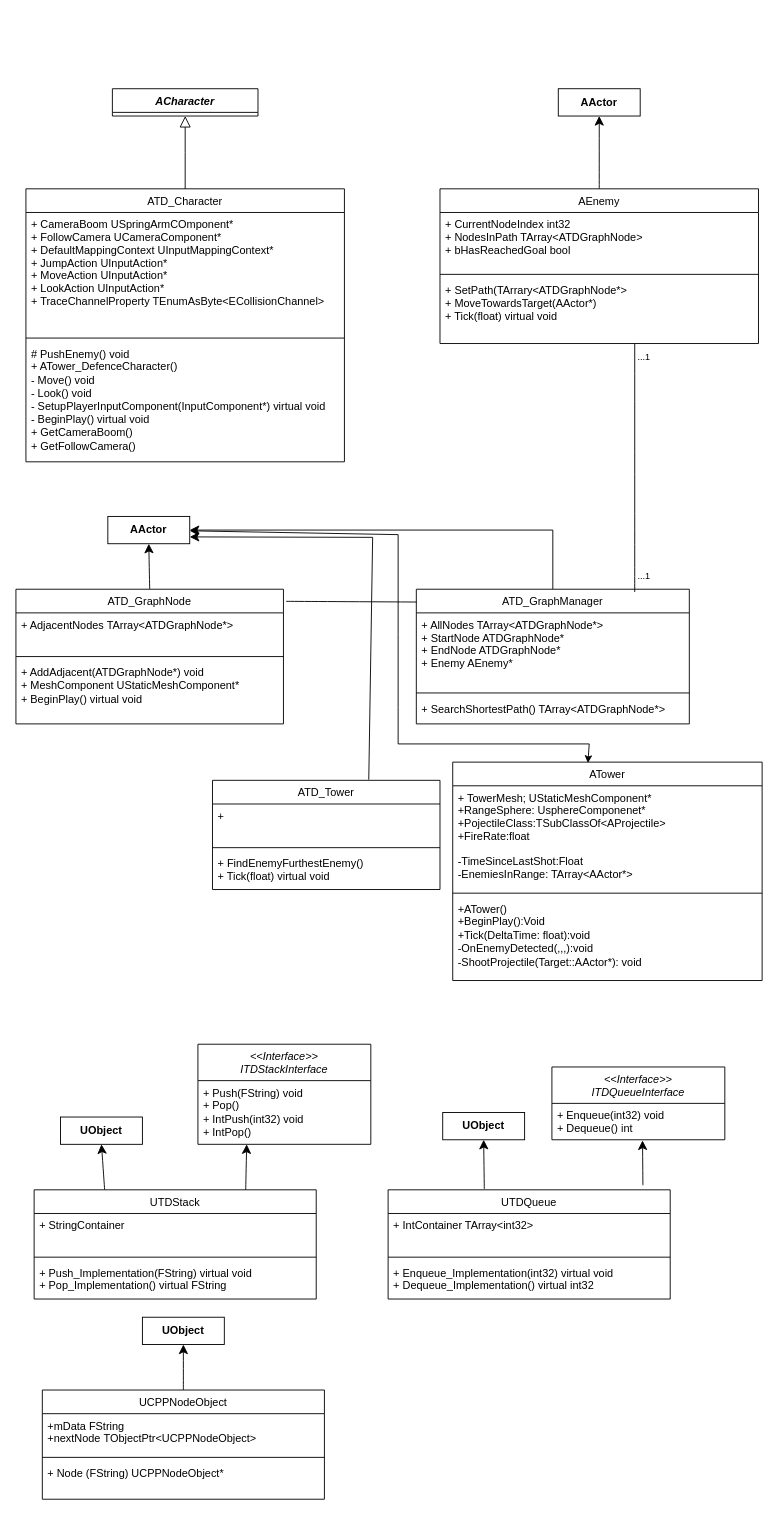
Above: TowerDefense_UML11.drawio in Viiktorh/Tower_Defense (draw.io), before the change. Source tidied: cells renumbered, new cells numbered last; positions are measured from the earlier drawing's top-left corner, leaving out a move shared by most shapes. Both pictures are drawn from the tidied source at 91%, with x=0, y=0 at pixel (15, 88).
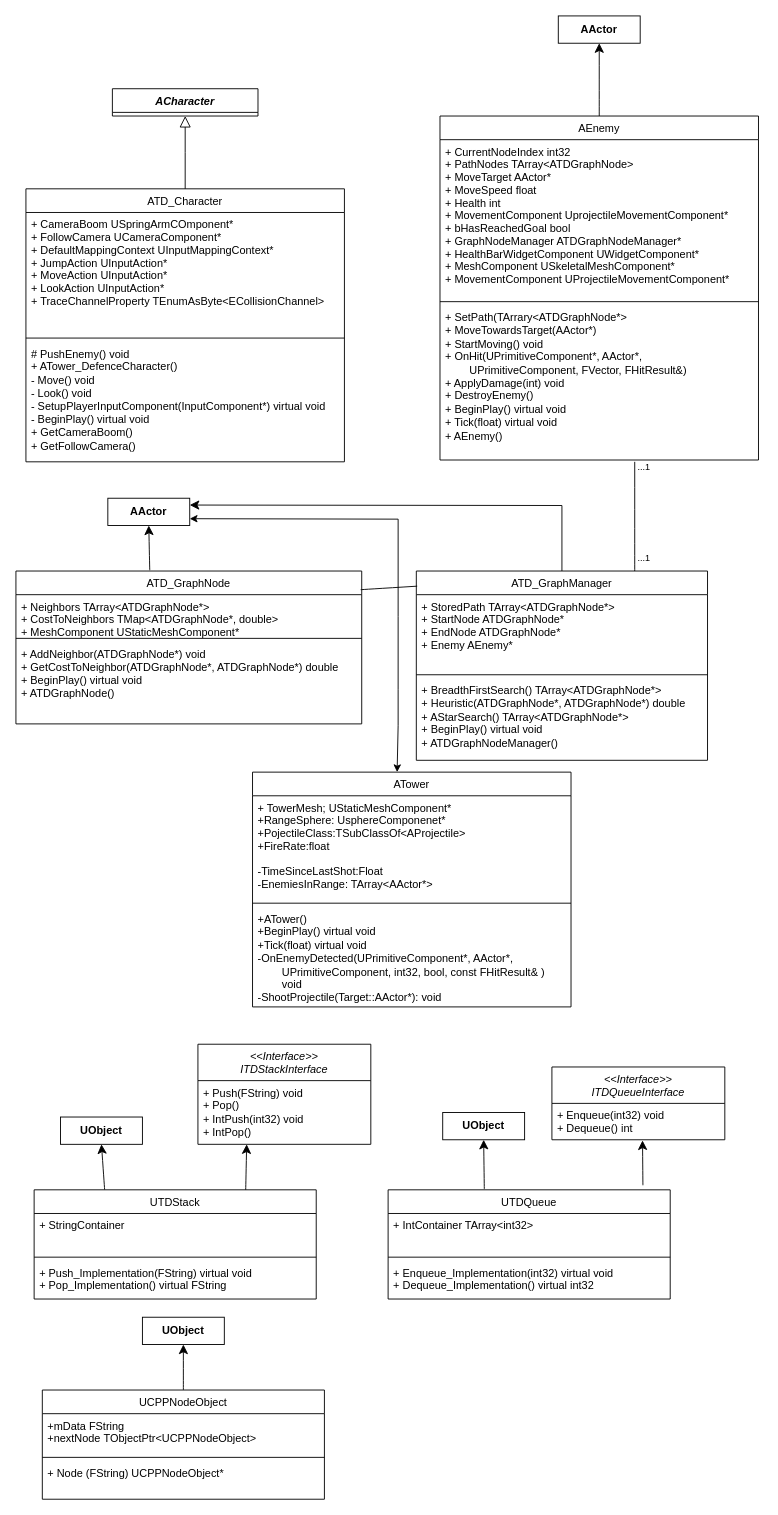
After the change.

What changed in the source:
```diff
@@
     <mxCell id="9" value="AEnemy" style="swimlane;fontStyle=0;align=center;verticalAlign=top;horizontal=1;startSize=26;rounded=0;shadow=0;strokeWidth=1;" parent="1" vertex="1">
-      <mxGeometry x="466" y="110" width="350" height="170" as="geometry" />
+      <mxGeometry x="466" y="30" width="350" height="378" as="geometry" />
     </mxCell>
-    <mxCell id="10" value="+ CurrentNodeIndex int32&#10;+ NodesInPath TArray&lt;ATDGraphNode&gt;&#10;+ bHasReachedGoal bool" style="text;align=left;verticalAlign=top;spacingLeft=4;spacingRight=4;overflow=hidden;" parent="9" vertex="1">
-      <mxGeometry y="26" width="350" height="64" as="geometry" />
+    <mxCell id="10" value="+ CurrentNodeIndex int32&#10;+ PathNodes TArray&lt;ATDGraphNode&gt;&#10;+ MoveTarget AActor*&#10;+ MoveSpeed float&#10;+ Health int&#10;+ MovementComponent UprojectileMovementComponent*&#10;+ bHasReachedGoal bool&#10;+ GraphNodeManager ATDGraphNodeManager* &#10;+ HealthBarWidgetComponent UWidgetComponent*&#10;+ MeshComponent USkeletalMeshComponent*&#10;+ MovementComponent UProjectileMovementComponent*" style="text;align=left;verticalAlign=top;spacingLeft=4;spacingRight=4;overflow=hidden;" parent="9" vertex="1">
+      <mxGeometry y="26" width="350" height="174" as="geometry" />
     </mxCell>
     <mxCell id="11" style="line;html=1;strokeWidth=1;align=left;verticalAlign=middle;spacingTop=-1;spacingLeft=3;spacingRight=3;labelPosition=right;" parent="9" vertex="1">
-      <mxGeometry y="90" width="350" height="8" as="geometry" />
+      <mxGeometry y="200" width="350" height="8" as="geometry" />
     </mxCell>
-    <mxCell id="12" value="&lt;div&gt;+ SetPath(TArrary&amp;lt;ATDGraphNode*&amp;gt;&lt;/div&gt;&lt;div&gt;+ MoveTowardsTarget(AActor*)&lt;/div&gt;&lt;div&gt;+ Tick(float) virtual void&lt;/div&gt;" style="text;html=1;align=left;verticalAlign=top;strokeColor=none;fillColor=none;fontSize=12;spacingLeft=4;spacingRight=4;" parent="9" vertex="1">
-      <mxGeometry y="98" width="350" height="60" as="geometry" />
+    <mxCell id="12" value="&lt;div&gt;+ SetPath(TArrary&amp;lt;ATDGraphNode*&amp;gt;&lt;/div&gt;&lt;div&gt;+ MoveTowardsTarget(AActor*)&lt;/div&gt;&lt;div&gt;+ StartMoving() void&lt;/div&gt;&lt;div&gt;+ OnHit(UPrimitiveComponent*, AActor*,&amp;nbsp;&lt;/div&gt;&lt;div&gt;&lt;span style=&quot;white-space: pre;&quot;&gt;&#9;&lt;/span&gt;UPrimitiveComponent, FVector, FHitResult&amp;amp;)&lt;/div&gt;&lt;div&gt;+ ApplyDamage(int) void&lt;/div&gt;&lt;div&gt;+ DestroyEnemy()&lt;/div&gt;&lt;div&gt;+ BeginPlay() virtual void&lt;/div&gt;&lt;div&gt;+ Tick(float) virtual void&lt;/div&gt;&lt;div&gt;+ AEnemy()&lt;/div&gt;" style="text;html=1;align=left;verticalAlign=top;strokeColor=none;fillColor=none;fontSize=12;spacingLeft=4;spacingRight=4;" parent="9" vertex="1">
+      <mxGeometry y="208" width="350" height="160" as="geometry" />
     </mxCell>
     <mxCell id="13" value="&lt;b&gt;AActor&lt;/b&gt;" style="rounded=0;whiteSpace=wrap;html=1;" parent="1" vertex="1">
-      <mxGeometry x="596" width="90" height="30" as="geometry" />
+      <mxGeometry x="596" y="-80" width="90" height="30" as="geometry" />
     </mxCell>
@@
-    <mxCell id="38" style="edgeStyle=none;curved=1;rounded=0;jettySize=auto;html=1;exitX=0.5;exitY=0;exitDx=0;exitDy=0;entryX=0.5;entryY=1;entryDx=0;entryDy=0;fontSize=12;startSize=8;endSize=8;" parent="1" edge="1" source="39" target="43">
-      <mxGeometry relative="1" as="geometry" />
+    <mxCell id="38" style="edgeStyle=none;curved=1;rounded=0;jettySize=auto;html=1;exitX=0.387;exitY=-0.005;exitDx=0;exitDy=0;fontSize=12;startSize=8;endSize=8;exitPerimeter=0;" parent="1" edge="1" source="39">
+      <mxGeometry relative="1" as="geometry">
+        <mxPoint x="146" y="480" as="targetPoint" />
+      </mxGeometry>
     </mxCell>
     <mxCell id="39" value="ATD_GraphNode" style="swimlane;fontStyle=0;align=center;verticalAlign=top;horizontal=1;startSize=26;rounded=0;shadow=0;strokeWidth=1;" parent="1" vertex="1">
-      <mxGeometry y="550" width="294" height="148" as="geometry" />
+      <mxGeometry y="530" width="380" height="168" as="geometry" />
     </mxCell>
-    <mxCell id="40" value="+ AdjacentNodes TArray&lt;ATDGraphNode*&gt;&#10;&#10;" style="text;align=left;verticalAlign=top;spacingLeft=4;spacingRight=4;overflow=hidden;" parent="39" vertex="1">
-      <mxGeometry y="26" width="294" height="44" as="geometry" />
+    <mxCell id="40" value="+ Neighbors TArray&lt;ATDGraphNode*&gt;&#10;+ CostToNeighbors TMap&lt;ATDGraphNode*, double&gt;&#10;+ MeshComponent UStaticMeshComponent*&#10;&#10;" style="text;align=left;verticalAlign=top;spacingLeft=4;spacingRight=4;overflow=hidden;" parent="39" vertex="1">
+      <mxGeometry y="26" width="380" height="44" as="geometry" />
     </mxCell>
     <mxCell id="41" style="line;html=1;strokeWidth=1;align=left;verticalAlign=middle;spacingTop=-1;spacingLeft=3;spacingRight=3;labelPosition=right;" parent="39" vertex="1">
-      <mxGeometry y="70" width="294" height="8" as="geometry" />
+      <mxGeometry y="70" width="380" height="8" as="geometry" />
     </mxCell>
-    <mxCell id="42" value="+ AddAdjacent(ATDGraphNode*) void&lt;div&gt;+ MeshComponent UStaticMeshComponent*&amp;nbsp;&lt;/div&gt;&lt;div&gt;+ BeginPlay() virtual void&amp;nbsp;&lt;/div&gt;&lt;div&gt;&lt;br&gt;&lt;/div&gt;" style="text;html=1;align=left;verticalAlign=top;strokeColor=none;fillColor=none;fontSize=12;spacingLeft=4;spacingRight=4;" parent="39" vertex="1">
-      <mxGeometry y="78" width="294" height="70" as="geometry" />
+    <mxCell id="42" value="+ AddNeighbor(ATDGraphNode*) void&lt;div&gt;+ GetCostToNeighbor(ATDGraphNode*, ATDGraphNode*) double&lt;br&gt;&lt;div&gt;+ BeginPlay() virtual void&lt;/div&gt;&lt;div&gt;+ ATDGraphNode()&amp;nbsp;&lt;/div&gt;&lt;div&gt;&lt;br&gt;&lt;/div&gt;&lt;/div&gt;" style="text;html=1;align=left;verticalAlign=top;strokeColor=none;fillColor=none;fontSize=12;spacingLeft=4;spacingRight=4;" parent="39" vertex="1">
+      <mxGeometry y="78" width="380" height="90" as="geometry" />
     </mxCell>
     <mxCell id="43" value="&lt;b&gt;AActor&lt;/b&gt;" style="rounded=0;whiteSpace=wrap;html=1;" parent="1" vertex="1">
-      <mxGeometry x="101" y="470" width="90" height="30" as="geometry" />
+      <mxGeometry x="101" y="450" width="90" height="30" as="geometry" />
     </mxCell>
     <mxCell id="44" style="edgeStyle=none;curved=0;rounded=0;jettySize=auto;html=1;exitX=0.5;exitY=0;exitDx=0;exitDy=0;entryX=1;entryY=0.5;entryDx=0;entryDy=0;fontSize=12;startSize=8;endSize=8;strokeColor=none;" parent="1" edge="1" source="46" target="43">
       <mxGeometry relative="1" as="geometry">
         <Array as="points">
-          <mxPoint x="520" y="680" />
-          <mxPoint x="477" y="485" />
+          <mxPoint x="520" y="660" />
+          <mxPoint x="477" y="465" />
         </Array>
       </mxGeometry>
     </mxCell>
-    <mxCell id="45" style="edgeStyle=none;curved=0;rounded=0;jettySize=auto;html=1;exitX=0.5;exitY=0;exitDx=0;exitDy=0;entryX=1;entryY=0.5;entryDx=0;entryDy=0;fontSize=12;startSize=8;endSize=8;" parent="1" edge="1" source="46" target="43">
+    <mxCell id="45" style="edgeStyle=none;curved=0;rounded=0;jettySize=auto;html=1;exitX=0.5;exitY=0;exitDx=0;exitDy=0;fontSize=12;startSize=8;endSize=8;entryX=1;entryY=0.25;entryDx=0;entryDy=0;" parent="1" edge="1" source="46" target="43">
       <mxGeometry relative="1" as="geometry">
         <Array as="points">
-          <mxPoint x="590" y="485" />
+          <mxPoint x="600" y="458" />
         </Array>
       </mxGeometry>
     </mxCell>
     <mxCell id="46" value="ATD_GraphManager" style="swimlane;fontStyle=0;align=center;verticalAlign=top;horizontal=1;startSize=26;rounded=0;shadow=0;strokeWidth=1;" parent="1" vertex="1">
-      <mxGeometry x="440" y="550" width="300" height="148" as="geometry" />
+      <mxGeometry x="440" y="530" width="320" height="208" as="geometry" />
     </mxCell>
-    <mxCell id="47" value="+ AllNodes TArray&lt;ATDGraphNode*&gt;&#10;+ StartNode ATDGraphNode*&#10;+ EndNode ATDGraphNode*&#10;+ Enemy AEnemy*" style="text;align=left;verticalAlign=top;spacingLeft=4;spacingRight=4;overflow=hidden;" parent="46" vertex="1">
-      <mxGeometry y="26" width="300" height="84" as="geometry" />
+    <mxCell id="47" value="+ StoredPath TArray&lt;ATDGraphNode*&gt;&#10;+ StartNode ATDGraphNode*&#10;+ EndNode ATDGraphNode*&#10;+ Enemy AEnemy*" style="text;align=left;verticalAlign=top;spacingLeft=4;spacingRight=4;overflow=hidden;" parent="46" vertex="1">
+      <mxGeometry y="26" width="320" height="84" as="geometry" />
     </mxCell>
     <mxCell id="48" style="line;html=1;strokeWidth=1;align=left;verticalAlign=middle;spacingTop=-1;spacingLeft=3;spacingRight=3;labelPosition=right;" parent="46" vertex="1">
-      <mxGeometry y="110" width="300" height="8" as="geometry" />
+      <mxGeometry y="110" width="320" height="8" as="geometry" />
     </mxCell>
-    <mxCell id="49" value="+ SearchShortestPath() TArray&amp;lt;ATDGraphNode*&amp;gt;" style="text;html=1;align=left;verticalAlign=top;strokeColor=none;fillColor=none;fontSize=12;spacingLeft=4;spacingRight=4;" parent="46" vertex="1">
-      <mxGeometry y="118" width="300" height="30" as="geometry" />
+    <mxCell id="49" value="+ BreadthFirstSearch() TArray&amp;lt;ATDGraphNode*&amp;gt;&lt;div&gt;+ Heuristic(ATDGraphNode*, ATDGraphNode*) double&lt;/div&gt;&lt;div&gt;+ AStarSearch() TArray&amp;lt;ATDGraphNode*&amp;gt;&lt;/div&gt;&lt;div&gt;+ BeginPlay() virtual void&lt;/div&gt;&lt;div&gt;+ ATDGraphNodeManager()&lt;/div&gt;" style="text;html=1;align=left;verticalAlign=top;strokeColor=none;fillColor=none;fontSize=12;spacingLeft=4;spacingRight=4;" parent="46" vertex="1">
+      <mxGeometry y="118" width="320" height="90" as="geometry" />
     </mxCell>
-    <mxCell id="50" style="endArrow=none;html=1;rounded=0;fontSize=12;startSize=8;endSize=8;curved=1;entryX=0.001;entryY=0.095;entryDx=0;entryDy=0;entryPerimeter=0;exitX=1.01;exitY=0.09;exitDx=0;exitDy=0;exitPerimeter=0;" parent="1" edge="1" source="39" target="46">
+    <mxCell id="50" style="endArrow=none;html=1;rounded=0;fontSize=12;startSize=8;endSize=8;curved=1;entryX=0.003;entryY=0.08;entryDx=0;entryDy=0;entryPerimeter=0;exitX=0.997;exitY=0.122;exitDx=0;exitDy=0;exitPerimeter=0;" parent="1" edge="1" source="39" target="46">
       <mxGeometry relative="1" as="geometry" />
     </mxCell>
-    <mxCell id="51" style="endArrow=none;html=1;rounded=0;fontSize=12;startSize=8;endSize=8;curved=1;" parent="1" edge="1">
+    <mxCell id="51" style="endArrow=none;html=1;rounded=0;fontSize=12;startSize=8;endSize=8;curved=1;exitX=0.75;exitY=0;exitDx=0;exitDy=0;" parent="1" edge="1" source="46">
       <mxGeometry relative="1" as="geometry">
-        <mxPoint x="680" y="553" as="sourcePoint" />
-        <mxPoint x="680" y="280" as="targetPoint" />
+        <mxPoint x="680" y="410" as="targetPoint" />
       </mxGeometry>
     </mxCell>
     <mxCell id="52" value="...1" style="text;html=1;align=center;verticalAlign=middle;strokeColor=none;fillColor=none;fontSize=10;" parent="1" vertex="1">
-      <mxGeometry x="670" y="280" width="40" height="30" as="geometry" />
+      <mxGeometry x="670" y="400" width="40" height="30" as="geometry" />
     </mxCell>
     <mxCell id="53" value="...1" style="text;html=1;align=center;verticalAlign=middle;strokeColor=none;fillColor=none;fontSize=10;" parent="1" vertex="1">
-      <mxGeometry x="670" y="520" width="40" height="30" as="geometry" />
+      <mxGeometry x="670" y="500" width="40" height="30" as="geometry" />
     </mxCell>
-    <mxCell id="54" value="ATD_Tower" style="swimlane;fontStyle=0;align=center;verticalAlign=top;horizontal=1;startSize=26;rounded=0;shadow=0;strokeWidth=1;" parent="1" vertex="1">
-      <mxGeometry x="216" y="760" width="250" height="120" as="geometry" />
-    </mxCell>
-    <mxCell id="55" value="+&#10;" style="text;align=left;verticalAlign=top;spacingLeft=4;spacingRight=4;overflow=hidden;" parent="54" vertex="1">
-      <mxGeometry y="26" width="250" height="44" as="geometry" />
-    </mxCell>
-    <mxCell id="56" style="line;html=1;strokeWidth=1;align=left;verticalAlign=middle;spacingTop=-1;spacingLeft=3;spacingRight=3;labelPosition=right;" parent="54" vertex="1">
-      <mxGeometry y="70" width="250" height="8" as="geometry" />
-    </mxCell>
-    <mxCell id="57" value="&lt;div&gt;+ FindEnemyFurthestEnemy()&amp;nbsp;&lt;/div&gt;+ Tick(float) virtual void" style="text;html=1;align=left;verticalAlign=top;strokeColor=none;fillColor=none;fontSize=12;spacingLeft=4;spacingRight=4;" parent="54" vertex="1">
-      <mxGeometry y="78" width="250" height="40" as="geometry" />
-    </mxCell>
-    <mxCell id="58" style="endArrow=classic;html=1;rounded=0;fontSize=12;startSize=8;endSize=8;curved=0;entryX=1;entryY=0.75;entryDx=0;entryDy=0;exitX=0.687;exitY=-0.006;exitDx=0;exitDy=0;exitPerimeter=0;" parent="1" edge="1" source="54" target="43">
-      <mxGeometry relative="1" as="geometry">
-        <Array as="points">
-          <mxPoint x="392" y="493" />
-        </Array>
-      </mxGeometry>
-    </mxCell>
     <mxCell id="59" value="ATower" style="swimlane;fontStyle=0;align=center;verticalAlign=top;horizontal=1;startSize=26;rounded=0;shadow=0;strokeWidth=1;" parent="1" vertex="1">
-      <mxGeometry x="480" y="740" width="340" height="240" as="geometry" />
+      <mxGeometry x="260" y="751" width="350" height="258" as="geometry" />
     </mxCell>
     <mxCell id="60" value="+ TowerMesh; UStaticMeshComponent* &#10;+RangeSphere: UsphereComponenet*&#10;+PojectileClass:TSubClassOf&lt;AProjectile&gt;&#10;+FireRate:float&#10;&#10;-TimeSinceLastShot:Float&#10;-EnemiesInRange: TArray&lt;AActor*&gt;" style="text;align=left;verticalAlign=top;spacingLeft=4;spacingRight=4;overflow=hidden;" parent="59" vertex="1">
-      <mxGeometry y="26" width="340" height="114" as="geometry" />
+      <mxGeometry y="26" width="350" height="114" as="geometry" />
     </mxCell>
     <mxCell id="61" style="line;html=1;strokeWidth=1;align=left;verticalAlign=middle;spacingTop=-1;spacingLeft=3;spacingRight=3;labelPosition=right;" parent="59" vertex="1">
-      <mxGeometry y="140" width="340" height="8" as="geometry" />
+      <mxGeometry y="140" width="350" height="8" as="geometry" />
     </mxCell>
-    <mxCell id="62" value="+ATower()&lt;br style=&quot;padding: 0px; margin: 0px;&quot;&gt;+BeginPlay():Void&lt;br style=&quot;padding: 0px; margin: 0px;&quot;&gt;+Tick(DeltaTime: float):void&lt;br style=&quot;padding: 0px; margin: 0px;&quot;&gt;-OnEnemyDetected(,,,):void&lt;br style=&quot;padding: 0px; margin: 0px;&quot;&gt;-ShootProjectile(Target::AActor*): void" style="text;html=1;align=left;verticalAlign=top;strokeColor=none;fillColor=none;fontSize=12;spacingLeft=4;spacingRight=4;" parent="59" vertex="1">
-      <mxGeometry y="148" width="340" height="90" as="geometry" />
+    <mxCell id="62" value="+ATower()&lt;br style=&quot;padding: 0px; margin: 0px;&quot;&gt;+BeginPlay() virtual void&lt;br style=&quot;padding: 0px; margin: 0px;&quot;&gt;+Tick(float) virtual void&lt;br style=&quot;padding: 0px; margin: 0px;&quot;&gt;-OnEnemyDetected(UPrimitiveComponent*, AActor*,&amp;nbsp;&lt;div&gt;&amp;nbsp;&lt;span style=&quot;white-space: pre;&quot;&gt;&#9;&lt;/span&gt;UPrimitiveComponent, int32, bool, const FHitResult&amp;amp; )&amp;nbsp;&lt;/div&gt;&lt;div&gt;&lt;span style=&quot;white-space: pre;&quot;&gt;&#9;&lt;/span&gt;void&lt;br style=&quot;padding: 0px; margin: 0px;&quot;&gt;-ShootProjectile(Target::AActor*): void&lt;/div&gt;" style="text;html=1;align=left;verticalAlign=top;strokeColor=none;fillColor=none;fontSize=12;spacingLeft=4;spacingRight=4;" parent="59" vertex="1">
+      <mxGeometry y="148" width="350" height="110" as="geometry" />
     </mxCell>
-    <mxCell id="63" style="endArrow=classic;startArrow=classic;html=1;rounded=0;exitX=0.437;exitY=0.004;exitDx=0;exitDy=0;exitPerimeter=0;" parent="1" edge="1" source="59" target="43">
+    <mxCell id="63" style="endArrow=classic;startArrow=classic;html=1;rounded=0;exitX=0.454;exitY=0;exitDx=0;exitDy=0;exitPerimeter=0;entryX=1;entryY=0.75;entryDx=0;entryDy=0;" parent="1" edge="1" source="59" target="43">
       <mxGeometry relative="1" as="geometry">
         <Array as="points">
-          <mxPoint x="630" y="720" />
-          <mxPoint x="420" y="720" />
-          <mxPoint x="420" y="680" />
-          <mxPoint x="420" y="600" />
-          <mxPoint x="420" y="490" />
+          <mxPoint x="420" y="700" />
+          <mxPoint x="420" y="660" />
+          <mxPoint x="420" y="580" />
+          <mxPoint x="420" y="473" />
         </Array>
       </mxGeometry>
     </mxCell>
```
